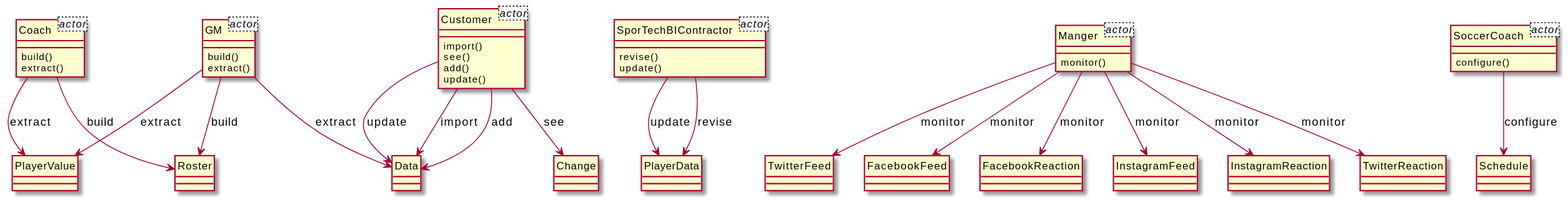
Earlier version of the PlantUML export output/diagram_5/2014-USC-Project02.svg (xixixhalu/DomainModelExtractor). Source of this version:
```plantuml
@startuml
hide circle
class GM<actor> {
}
class Coach<actor> {
}
class SporTechBIContractor<actor> {
}
class Manger<actor> {
}
class Customer<actor> {
}
class SoccerCoach<actor> {
}
class Coach {
	build()
	extract()
}
class PlayerValue {
}
class GM {
	build()
	extract()
}
class Manger {
	monitor()
}
class TwitterFeed {
}
class FacebookFeed {
}
class Data {
}
class FacebookReaction {
}
class Customer {
	import()
	see()
	add()
	update()
}
class SoccerCoach {
	configure()
}
class Schedule {
}
class InstagramFeed {
}
class Change {
}
class Roster {
}
class SporTechBIContractor {
	revise()
	update()
}
class PlayerData {
}
class InstagramReaction {
}
class TwitterReaction {
}
Manger --> FacebookFeed : monitor
Manger --> InstagramFeed : monitor
Customer --> Change : see
GM --> PlayerValue : extract
Customer --> Data : update
GM --> Data : extract
Customer --> Data : import
SporTechBIContractor --> PlayerData : update
Coach --> Roster : build
Manger --> InstagramReaction : monitor
GM --> Roster : build
Manger --> TwitterFeed : monitor
SporTechBIContractor --> PlayerData : revise
Coach --> PlayerValue : extract
SoccerCoach --> Schedule : configure
Manger --> FacebookReaction : monitor
Manger --> TwitterReaction : monitor
Customer --> Data : add
@enduml
```
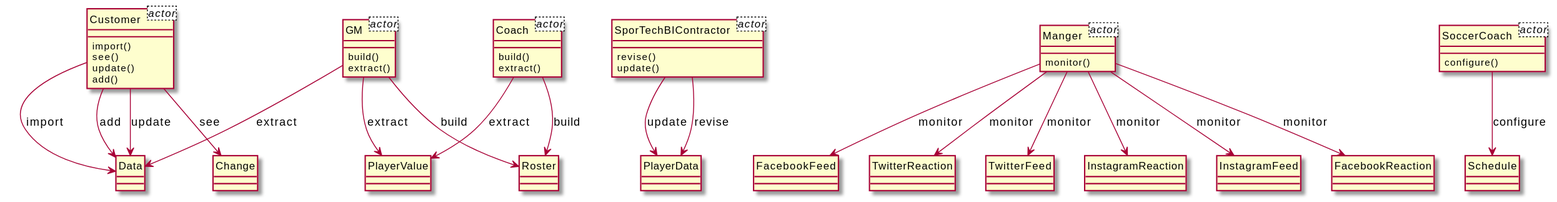
The same file after the commit.

What changed in the source:
```diff
@@ -12,43 +12,45 @@
 }
 class SoccerCoach<actor> {
 }
+class Manger {
+	monitor()
+}
+class FacebookFeed {
+}
+class Customer {
+	import()
+	see()
+	update()
+	add()
+}
+class Data {
+}
 class Coach {
 	build()
 	extract()
 }
-class PlayerValue {
+class Roster {
+}
+class TwitterReaction {
 }
 class GM {
 	build()
 	extract()
-}
-class Manger {
-	monitor()
-}
-class TwitterFeed {
-}
-class FacebookFeed {
-}
-class Data {
-}
-class FacebookReaction {
-}
-class Customer {
-	import()
-	see()
-	add()
-	update()
 }
 class SoccerCoach {
 	configure()
 }
 class Schedule {
 }
+class TwitterFeed {
+}
+class PlayerValue {
+}
+class InstagramReaction {
+}
 class InstagramFeed {
 }
 class Change {
-}
-class Roster {
 }
 class SporTechBIContractor {
 	revise()
@@ -56,26 +58,24 @@
 }
 class PlayerData {
 }
-class InstagramReaction {
+class FacebookReaction {
 }
-class TwitterReaction {
-}
-Manger --> FacebookFeed : monitor
-Manger --> InstagramFeed : monitor
-Customer --> Change : see
-GM --> PlayerValue : extract
-Customer --> Data : update
-GM --> Data : extract
+SoccerCoach --> Schedule : configure
+Manger --> TwitterReaction : monitor
+GM --> Roster : build
 Customer --> Data : import
 SporTechBIContractor --> PlayerData : update
+Customer --> Change : see
+Coach --> PlayerValue : extract
+Manger --> TwitterFeed : monitor
+Manger --> InstagramFeed : monitor
+Manger --> FacebookReaction : monitor
+Manger --> FacebookFeed : monitor
+Customer --> Data : add
+GM --> Data : extract
 Coach --> Roster : build
+Customer --> Data : update
+GM --> PlayerValue : extract
+SporTechBIContractor --> PlayerData : revise
 Manger --> InstagramReaction : monitor
-GM --> Roster : build
-Manger --> TwitterFeed : monitor
-SporTechBIContractor --> PlayerData : revise
-Coach --> PlayerValue : extract
-SoccerCoach --> Schedule : configure
-Manger --> FacebookReaction : monitor
-Manger --> TwitterReaction : monitor
-Customer --> Data : add
 @enduml
```
